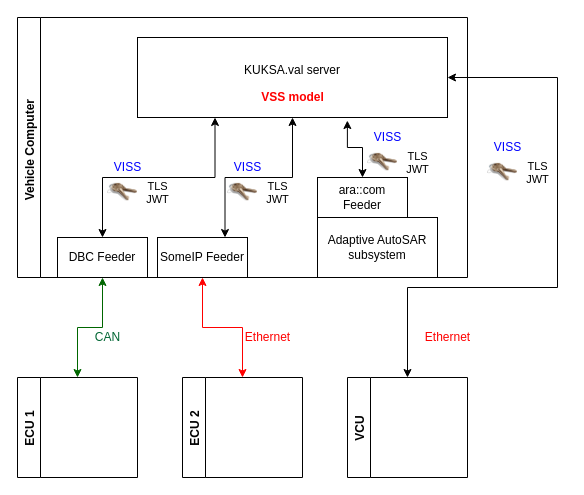
Earlier version of the draw.io diagram KUKSA.val feeders.drawio (SebastianSchildt/drawioplaygorund). Source tidied: cells renumbered, new cells numbered last; positions are measured from the earlier drawing's top-left corner, leaving out a move shared by most shapes. Both pictures are drawn from the tidied source at 100%, with x=0, y=0 at pixel (17, 17).
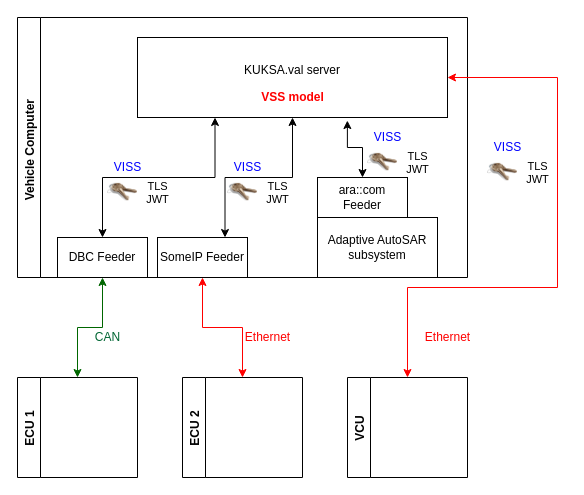
After the change.

Unchanged cells that the change refers to:
```xml
<mxCell id="16" value="&lt;font color=&quot;#000000&quot;&gt;KUKSA.val server&lt;br&gt;&lt;br&gt;&lt;/font&gt;" style="rounded=0;whiteSpace=wrap;html=1;fontColor=#FF0000;" parent="15" vertex="1">
  <mxGeometry width="310" height="80" as="geometry" />
</mxCell>
<mxCell id="32" value="VCU" style="swimlane;horizontal=0;" parent="1" vertex="1">
  <mxGeometry x="330" y="360" width="120" height="100" as="geometry" />
</mxCell>
```

The edit, as a diff of the source:
```diff
@@
-    <mxCell id="31" style="edgeStyle=orthogonalEdgeStyle;rounded=0;jettySize=auto;html=1;exitX=0.5;exitY=0;exitDx=0;exitDy=0;entryX=1;entryY=0.5;entryDx=0;entryDy=0;fontColor=#000000;startArrow=classic;startFill=1;endArrow=classic;endFill=1;strokeColor=#000000;elbow=vertical;" parent="1" edge="1" source="32" target="16">
+    <mxCell id="31" style="edgeStyle=orthogonalEdgeStyle;rounded=0;jettySize=auto;html=1;exitX=0.5;exitY=0;exitDx=0;exitDy=0;entryX=1;entryY=0.5;entryDx=0;entryDy=0;fontColor=#000000;startArrow=classic;startFill=1;endArrow=classic;endFill=1;strokeColor=#FF0000;elbow=vertical;" parent="1" edge="1" source="32" target="16">
       <mxGeometry relative="1" as="geometry">
         <Array as="points">
           <mxPoint x="390" y="270" />
           <mxPoint x="540" y="270" />
           <mxPoint x="540" y="60" />
         </Array>
       </mxGeometry>
     </mxCell>
```
